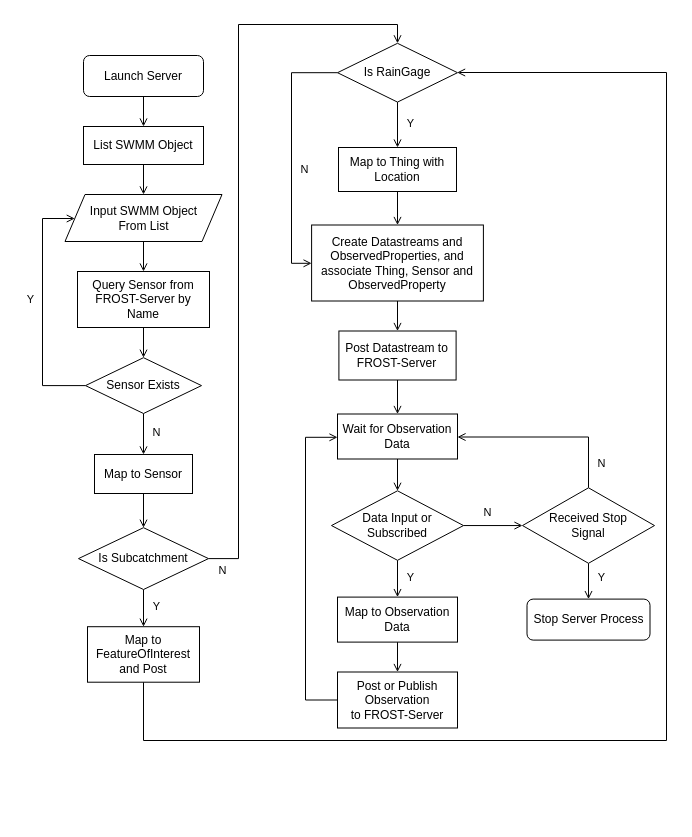
Earlier version of the draw.io diagram page "SensorThings对象初始化与数据接收流程" (6 of 6) of docs/diagram/模型图.dio (hubu-mdzhang/swmm-sensorthings). Source tidied: cells renumbered, new cells numbered last; positions are measured from the earlier drawing's top-left corner, leaving out a move shared by most shapes. Both pictures are drawn from the tidied source at 100%, with x=0, y=0 at pixel (17, 24).
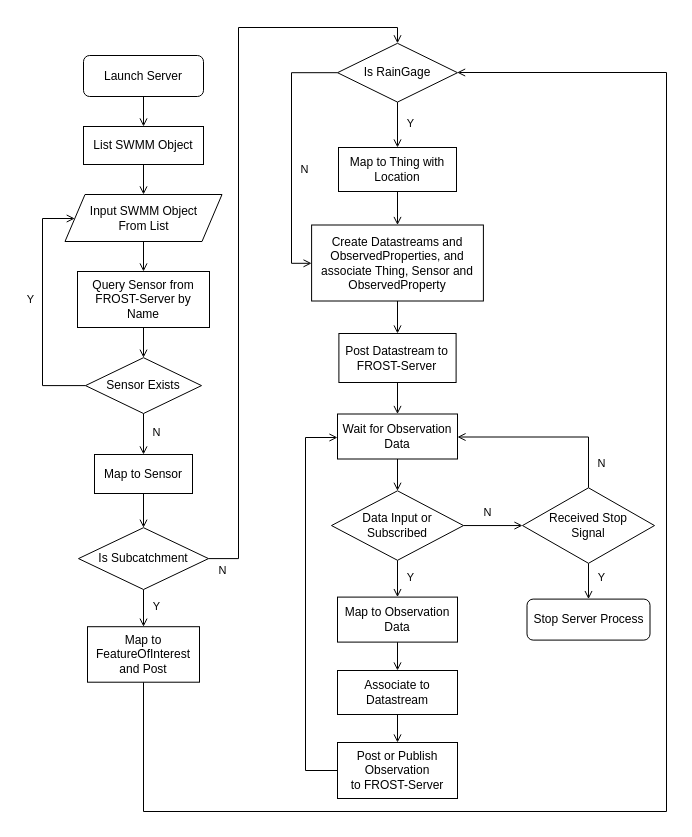
The same diagram, later.

Unchanged cells that the change refers to:
```xml
<mxCell id="8" value="Map to Observation&lt;div style=&quot;font-size: 12px;&quot;&gt;Data&lt;/div&gt;" style="rounded=0;whiteSpace=wrap;html=1;fontFamily=Helvetica;fontSize=12;fontColor=default;labelBackgroundColor=none;" parent="1" vertex="1">
  <mxGeometry x="320" y="572.6" width="120" height="45" as="geometry" />
</mxCell>
<mxCell id="31" value="Is Subcatchment" style="rhombus;whiteSpace=wrap;html=1;labelBackgroundColor=none;" parent="1" vertex="1">
  <mxGeometry x="61" y="503.2" width="130" height="61.8" as="geometry" />
</mxCell>
<mxCell id="33" value="Map to FeatureOfInterest and Post" style="whiteSpace=wrap;html=1;labelBackgroundColor=none;" parent="1" vertex="1">
  <mxGeometry x="70" y="602.2" width="112" height="55.5" as="geometry" />
</mxCell>
<mxCell id="38" value="Is RainGage" style="rhombus;whiteSpace=wrap;html=1;labelBackgroundColor=none;" parent="1" vertex="1">
  <mxGeometry x="320" y="18.8" width="120" height="58.8" as="geometry" />
</mxCell>
<mxCell id="50" value="Wait for Observation Data" style="rounded=0;whiteSpace=wrap;html=1;fontFamily=Helvetica;fontSize=12;fontColor=default;labelBackgroundColor=none;" parent="1" vertex="1">
  <mxGeometry x="320" y="389.5" width="120" height="45" as="geometry" />
</mxCell>
```

What changed in the source:
```diff
@@
-    <mxCell id="7" style="edgeStyle=orthogonalEdgeStyle;shape=connector;rounded=0;jettySize=auto;html=1;strokeColor=default;align=center;verticalAlign=middle;fontFamily=Helvetica;fontSize=11;fontColor=default;labelBackgroundColor=none;endArrow=open;endFill=0;" parent="1" edge="1" source="8" target="48">
-      <mxGeometry relative="1" as="geometry" />
-    </mxCell>
+    <mxCell id="52" style="edgeStyle=orthogonalEdgeStyle;rounded=0;jettySize=auto;html=1;endArrow=open;endFill=0;" parent="1" edge="1" source="8" target="54">
+      <mxGeometry relative="1" as="geometry" />
+    </mxCell>
@@
     <mxCell id="30" style="edgeStyle=orthogonalEdgeStyle;shape=connector;rounded=0;jettySize=auto;html=1;strokeColor=default;align=center;verticalAlign=middle;fontFamily=Helvetica;fontSize=11;fontColor=default;labelBackgroundColor=none;endArrow=open;endFill=0;jumpStyle=arc;" parent="1" edge="1" source="31" target="38">
       <mxGeometry relative="1" as="geometry">
         <Array as="points">
           <mxPoint x="221" y="534" />
-          <mxPoint x="221" />
-          <mxPoint x="380" />
+          <mxPoint x="221" y="3" />
+          <mxPoint x="380" y="3" />
         </Array>
       </mxGeometry>
     </mxCell>
@@
     <mxCell id="32" style="edgeStyle=orthogonalEdgeStyle;shape=connector;rounded=0;jumpStyle=arc;jettySize=auto;html=1;strokeColor=default;align=center;verticalAlign=middle;fontFamily=Helvetica;fontSize=11;fontColor=default;labelBackgroundColor=none;endArrow=open;endFill=0;" parent="1" edge="1" source="33" target="38">
       <mxGeometry relative="1" as="geometry">
         <Array as="points">
-          <mxPoint x="126" y="716" />
-          <mxPoint x="649" y="716" />
+          <mxPoint x="126" y="787" />
+          <mxPoint x="649" y="787" />
           <mxPoint x="649" y="48" />
         </Array>
       </mxGeometry>
     </mxCell>
@@
     <mxCell id="46" value="Post Datastream to FROST-Server" style="whiteSpace=wrap;html=1;labelBackgroundColor=none;" parent="1" vertex="1">
-      <mxGeometry x="321.4" y="306.5" width="117.2" height="49" as="geometry" />
+      <mxGeometry x="321.4" y="309" width="117.2" height="49" as="geometry" />
     </mxCell>
     <mxCell id="47" style="edgeStyle=orthogonalEdgeStyle;shape=connector;rounded=0;jettySize=auto;html=1;strokeColor=default;align=center;verticalAlign=middle;fontFamily=Helvetica;fontSize=11;fontColor=default;labelBackgroundColor=default;endArrow=open;endFill=0;" parent="1" edge="1" source="48" target="50">
       <mxGeometry relative="1" as="geometry">
         <Array as="points">
-          <mxPoint x="288" y="675.8" />
-          <mxPoint x="288" y="412.8" />
+          <mxPoint x="288" y="746" />
+          <mxPoint x="288" y="413" />
         </Array>
       </mxGeometry>
     </mxCell>
     <mxCell id="48" value="Post or Publish Observation&lt;div style=&quot;font-size: 12px;&quot;&gt;to FROST-Server&lt;/div&gt;" style="rounded=0;whiteSpace=wrap;html=1;fontFamily=Helvetica;fontSize=12;fontColor=default;labelBackgroundColor=none;" parent="1" vertex="1">
-      <mxGeometry x="320" y="647.5" width="120" height="56" as="geometry" />
+      <mxGeometry x="320" y="718" width="120" height="56" as="geometry" />
     </mxCell>
@@
+    <mxCell id="53" style="edgeStyle=orthogonalEdgeStyle;shape=connector;rounded=0;jettySize=auto;html=1;strokeColor=default;align=center;verticalAlign=middle;fontFamily=Helvetica;fontSize=11;fontColor=default;labelBackgroundColor=default;endArrow=open;endFill=0;" parent="1" edge="1" source="54" target="48">
+      <mxGeometry relative="1" as="geometry" />
+    </mxCell>
+    <mxCell id="54" value="Associate to Datastream" style="rounded=0;whiteSpace=wrap;html=1;fontFamily=Helvetica;fontSize=12;fontColor=default;labelBackgroundColor=none;" parent="1" vertex="1">
+      <mxGeometry x="320" y="646" width="120" height="44" as="geometry" />
+    </mxCell>
```
